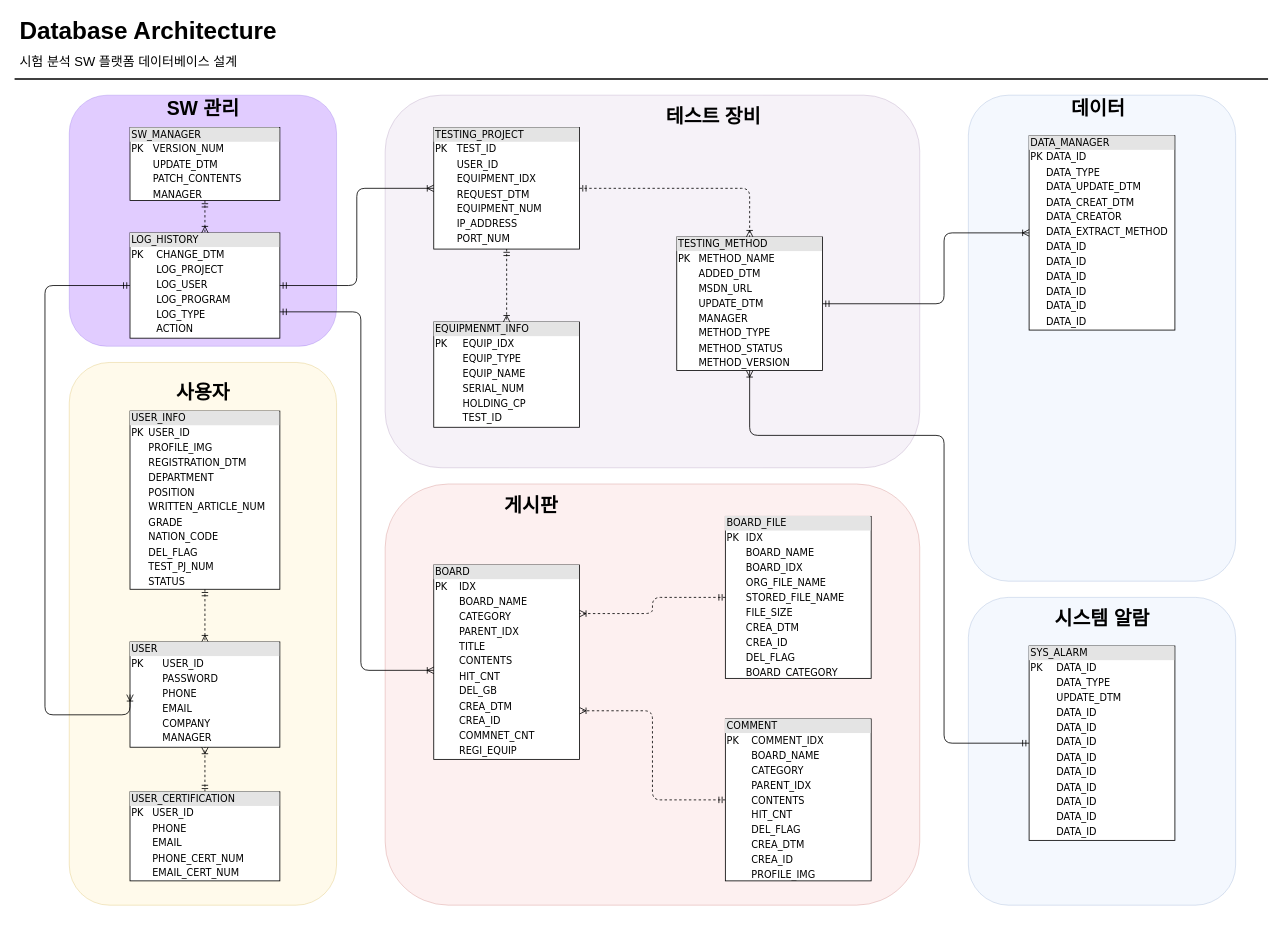
The draw.io diagram DB_architecture.drawio in penzance-jshan/test, before the edit. Source tidied: cells renumbered, new cells numbered last; positions are measured from the earlier drawing's top-left corner, leaving out a move shared by most shapes. Both pictures are drawn from the tidied source at 81%, with x=0, y=0 at pixel (14, 14).
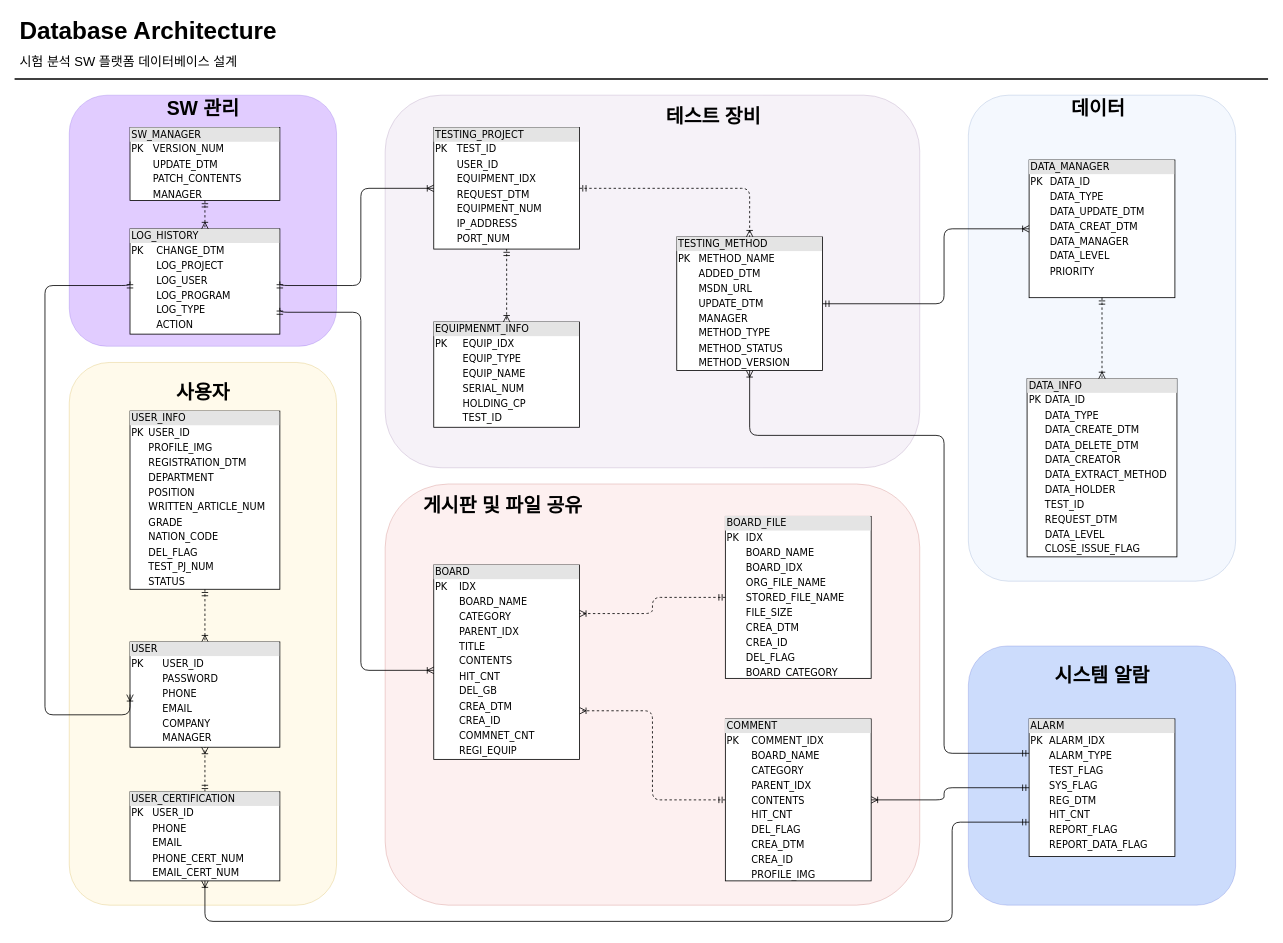
The same diagram, later.

Unchanged cells that the change refers to:
```xml
<mxCell id="5" value="&lt;div style=&quot;box-sizing: border-box ; width: 100% ; background: #e4e4e4 ; padding: 2px&quot;&gt;TESTING_PROJECT&lt;/div&gt;&lt;table style=&quot;width: 100% ; font-size: 1em&quot; cellpadding=&quot;2&quot; cellspacing=&quot;0&quot;&gt;&lt;tbody&gt;&lt;tr&gt;&lt;td&gt;PK&lt;/td&gt;&lt;td&gt;TEST_ID&lt;/td&gt;&lt;/tr&gt;&lt;tr&gt;&lt;td&gt;&lt;br&gt;&lt;/td&gt;&lt;td&gt;USER_ID&lt;/td&gt;&lt;/tr&gt;&lt;tr&gt;&lt;td&gt;&lt;br&gt;&lt;/td&gt;&lt;td&gt;EQUIPMENT_IDX&lt;/td&gt;&lt;/tr&gt;&lt;tr&gt;&lt;td&gt;&lt;br&gt;&lt;/td&gt;&lt;td&gt;REQUEST_DTM&lt;br&gt;&lt;/td&gt;&lt;/tr&gt;&lt;tr&gt;&lt;td&gt;&lt;/td&gt;&lt;td&gt;EQUIPMENT_NUM&lt;br&gt;&lt;/td&gt;&lt;/tr&gt;&lt;tr&gt;&lt;td&gt;&lt;br&gt;&lt;/td&gt;&lt;td&gt;IP_ADDRESS&lt;br&gt;&lt;/td&gt;&lt;/tr&gt;&lt;tr&gt;&lt;td&gt;&lt;br&gt;&lt;/td&gt;&lt;td&gt;PORT_NUM&lt;br&gt;&lt;/td&gt;&lt;/tr&gt;&lt;/tbody&gt;&lt;/table&gt;" style="verticalAlign=top;align=left;overflow=fill;html=1;rounded=0;shadow=0;comic=0;labelBackgroundColor=none;strokeWidth=1;fontFamily=Verdana;fontSize=12;" parent="1" vertex="1">
  <mxGeometry x="518" y="140" width="180" height="150" as="geometry" />
</mxCell>
<mxCell id="9" value="&lt;div style=&quot;box-sizing: border-box ; width: 100% ; background: #e4e4e4 ; padding: 2px&quot;&gt;TESTING_METHOD&lt;/div&gt;&lt;table style=&quot;width: 100% ; font-size: 1em&quot; cellpadding=&quot;2&quot; cellspacing=&quot;0&quot;&gt;&lt;tbody&gt;&lt;tr&gt;&lt;td&gt;PK&lt;/td&gt;&lt;td&gt;METHOD_NAME&lt;/td&gt;&lt;/tr&gt;&lt;tr&gt;&lt;td&gt;&lt;/td&gt;&lt;td&gt;ADDED_DTM&lt;/td&gt;&lt;/tr&gt;&lt;tr&gt;&lt;td&gt;&lt;/td&gt;&lt;td&gt;MSDN_URL&lt;/td&gt;&lt;/tr&gt;&lt;tr&gt;&lt;td&gt;&lt;br&gt;&lt;/td&gt;&lt;td&gt;UPDATE_DTM&lt;br&gt;&lt;/td&gt;&lt;/tr&gt;&lt;tr&gt;&lt;td&gt;&lt;br&gt;&lt;/td&gt;&lt;td&gt;MANAGER&lt;/td&gt;&lt;/tr&gt;&lt;tr&gt;&lt;td&gt;&lt;br&gt;&lt;/td&gt;&lt;td&gt;METHOD_TYPE&lt;/td&gt;&lt;/tr&gt;&lt;tr&gt;&lt;td&gt;&lt;br&gt;&lt;/td&gt;&lt;td&gt;METHOD_STATUS&lt;/td&gt;&lt;/tr&gt;&lt;tr&gt;&lt;td&gt;&lt;br&gt;&lt;/td&gt;&lt;td&gt;METHOD_VERSION&lt;/td&gt;&lt;/tr&gt;&lt;/tbody&gt;&lt;/table&gt;" style="verticalAlign=top;align=left;overflow=fill;html=1;rounded=0;shadow=0;comic=0;labelBackgroundColor=none;strokeWidth=1;fontFamily=Verdana;fontSize=12;" parent="1" vertex="1">
  <mxGeometry x="818" y="275" width="180" height="165" as="geometry" />
</mxCell>
<mxCell id="18" value="&lt;div style=&quot;box-sizing: border-box ; width: 100% ; background: #e4e4e4 ; padding: 2px&quot;&gt;COMMENT&lt;/div&gt;&lt;table style=&quot;width: 100% ; font-size: 1em&quot; cellpadding=&quot;2&quot; cellspacing=&quot;0&quot;&gt;&lt;tbody&gt;&lt;tr&gt;&lt;td&gt;PK&lt;/td&gt;&lt;td&gt;COMMENT_IDX&lt;/td&gt;&lt;/tr&gt;&lt;tr&gt;&lt;td&gt;&lt;/td&gt;&lt;td&gt;BOARD_NAME&lt;/td&gt;&lt;/tr&gt;&lt;tr&gt;&lt;td&gt;&lt;br&gt;&lt;/td&gt;&lt;td&gt;CATEGORY&lt;/td&gt;&lt;/tr&gt;&lt;tr&gt;&lt;td&gt;&lt;br&gt;&lt;/td&gt;&lt;td&gt;PARENT_IDX&lt;br&gt;&lt;/td&gt;&lt;/tr&gt;&lt;tr&gt;&lt;td&gt;&lt;br&gt;&lt;/td&gt;&lt;td&gt;CONTENTS&lt;/td&gt;&lt;/tr&gt;&lt;tr&gt;&lt;td&gt;&lt;br&gt;&lt;/td&gt;&lt;td&gt;HIT_CNT&lt;br&gt;&lt;/td&gt;&lt;/tr&gt;&lt;tr&gt;&lt;td&gt;&lt;br&gt;&lt;/td&gt;&lt;td&gt;DEL_FLAG&lt;/td&gt;&lt;/tr&gt;&lt;tr&gt;&lt;td&gt;&lt;br&gt;&lt;/td&gt;&lt;td&gt;CREA_DTM&lt;/td&gt;&lt;/tr&gt;&lt;tr&gt;&lt;td&gt;&lt;br&gt;&lt;/td&gt;&lt;td&gt;CREA_ID&lt;br&gt;&lt;/td&gt;&lt;/tr&gt;&lt;tr&gt;&lt;td&gt;&lt;br&gt;&lt;/td&gt;&lt;td&gt;PROFILE_IMG&lt;/td&gt;&lt;/tr&gt;&lt;/tbody&gt;&lt;/table&gt;" style="verticalAlign=top;align=left;overflow=fill;html=1;rounded=0;shadow=0;comic=0;labelBackgroundColor=none;strokeWidth=1;fontFamily=Verdana;fontSize=12;" parent="1" vertex="1">
  <mxGeometry x="878" y="870" width="180" height="200" as="geometry" />
</mxCell>
<mxCell id="20" value="&lt;div style=&quot;box-sizing: border-box ; width: 100% ; background: #e4e4e4 ; padding: 2px&quot;&gt;USER_CERTIFICATION&lt;/div&gt;&lt;table style=&quot;width: 100% ; font-size: 1em&quot; cellpadding=&quot;2&quot; cellspacing=&quot;0&quot;&gt;&lt;tbody&gt;&lt;tr&gt;&lt;td&gt;PK&lt;/td&gt;&lt;td&gt;USER_ID&lt;/td&gt;&lt;/tr&gt;&lt;tr&gt;&lt;td&gt;&lt;br&gt;&lt;/td&gt;&lt;td&gt;PHONE&lt;/td&gt;&lt;/tr&gt;&lt;tr&gt;&lt;td&gt;&lt;br&gt;&lt;/td&gt;&lt;td&gt;EMAIL&lt;/td&gt;&lt;/tr&gt;&lt;tr&gt;&lt;td&gt;&lt;br&gt;&lt;/td&gt;&lt;td&gt;PHONE_CERT_NUM&lt;br&gt;&lt;/td&gt;&lt;/tr&gt;&lt;tr&gt;&lt;td&gt;&lt;br&gt;&lt;/td&gt;&lt;td&gt;EMAIL_CERT_NUM&lt;br&gt;&lt;/td&gt;&lt;/tr&gt;&lt;tr&gt;&lt;td&gt;&lt;/td&gt;&lt;td&gt;&lt;/td&gt;&lt;/tr&gt;&lt;/tbody&gt;&lt;/table&gt;" style="verticalAlign=top;align=left;overflow=fill;html=1;rounded=0;shadow=0;comic=0;labelBackgroundColor=none;strokeWidth=1;fontFamily=Verdana;fontSize=12;" parent="1" vertex="1">
  <mxGeometry x="143" y="960" width="185" height="110" as="geometry" />
</mxCell>
```

The edit, as a diff of the source:
```diff
@@
-    <mxCell id="23" value="게시판" style="text;html=1;align=center;verticalAlign=top;spacingTop=-4;fontSize=24;fontStyle=1;" parent="1" vertex="1">
-      <mxGeometry x="593" y="590" width="90" height="30" as="geometry" />
+    <mxCell id="23" value="게시판 및 파일 공유" style="text;html=1;align=center;verticalAlign=top;spacingTop=-4;fontSize=24;fontStyle=1;" parent="1" vertex="1">
+      <mxGeometry x="488" y="590" width="230" height="30" as="geometry" />
     </mxCell>
@@
-    <mxCell id="26" value="&lt;div style=&quot;box-sizing: border-box ; width: 100% ; background: #e4e4e4 ; padding: 2px&quot;&gt;DATA_MANAGER&lt;/div&gt;&lt;table style=&quot;width: 100% ; font-size: 1em&quot; cellpadding=&quot;2&quot; cellspacing=&quot;0&quot;&gt;&lt;tbody&gt;&lt;tr&gt;&lt;td&gt;PK&lt;/td&gt;&lt;td&gt;DATA_ID&lt;/td&gt;&lt;td&gt;&lt;br&gt;&lt;/td&gt;&lt;/tr&gt;&lt;tr&gt;&lt;td&gt;&lt;br&gt;&lt;/td&gt;&lt;td&gt;DATA_TYPE&lt;br&gt;&lt;/td&gt;&lt;td&gt;&lt;br&gt;&lt;/td&gt;&lt;/tr&gt;&lt;tr&gt;&lt;td&gt;&lt;br&gt;&lt;/td&gt;&lt;td&gt;DATA_UPDATE_DTM&lt;/td&gt;&lt;td&gt;&lt;br&gt;&lt;/td&gt;&lt;/tr&gt;&lt;tr&gt;&lt;td&gt;&lt;br&gt;&lt;/td&gt;&lt;td&gt;DATA_CREAT_DTM&lt;br&gt;&lt;/td&gt;&lt;td&gt;&lt;br&gt;&lt;/td&gt;&lt;/tr&gt;&lt;tr&gt;&lt;td&gt;&lt;br&gt;&lt;/td&gt;&lt;td&gt;DATA_CREATOR&lt;br&gt;&lt;/td&gt;&lt;td&gt;&lt;br&gt;&lt;/td&gt;&lt;/tr&gt;&lt;tr&gt;&lt;td&gt;&lt;br&gt;&lt;/td&gt;&lt;td&gt;DATA_EXTRACT_METHOD&lt;br&gt;&lt;/td&gt;&lt;td&gt;&lt;br&gt;&lt;/td&gt;&lt;/tr&gt;&lt;tr&gt;&lt;td&gt;&lt;br&gt;&lt;/td&gt;&lt;td&gt;DATA_ID&lt;br&gt;&lt;/td&gt;&lt;td&gt;&lt;br&gt;&lt;/td&gt;&lt;/tr&gt;&lt;tr&gt;&lt;td&gt;&lt;br&gt;&lt;/td&gt;&lt;td&gt;DATA_ID&lt;br&gt;&lt;/td&gt;&lt;td&gt;&lt;br&gt;&lt;/td&gt;&lt;/tr&gt;&lt;tr&gt;&lt;td&gt;&lt;br&gt;&lt;/td&gt;&lt;td&gt;DATA_ID&lt;br&gt;&lt;/td&gt;&lt;td&gt;&lt;br&gt;&lt;/td&gt;&lt;/tr&gt;&lt;tr&gt;&lt;td&gt;&lt;br&gt;&lt;/td&gt;&lt;td&gt;DATA_ID&lt;br&gt;&lt;/td&gt;&lt;td&gt;&lt;br&gt;&lt;/td&gt;&lt;/tr&gt;&lt;tr&gt;&lt;td&gt;&lt;br&gt;&lt;/td&gt;&lt;td&gt;DATA_ID&lt;br&gt;&lt;/td&gt;&lt;td&gt;&lt;br&gt;&lt;/td&gt;&lt;/tr&gt;&lt;tr&gt;&lt;td&gt;&lt;br&gt;&lt;/td&gt;&lt;td&gt;DATA_ID&lt;br&gt;&lt;/td&gt;&lt;td&gt;&lt;br&gt;&lt;/td&gt;&lt;/tr&gt;&lt;/tbody&gt;&lt;/table&gt;" style="verticalAlign=top;align=left;overflow=fill;html=1;rounded=0;shadow=0;comic=0;labelBackgroundColor=none;strokeWidth=1;fontFamily=Verdana;fontSize=12;" parent="1" vertex="1">
-      <mxGeometry x="1253" y="150" width="180" height="240" as="geometry" />
+    <mxCell id="26" value="&lt;div style=&quot;box-sizing: border-box ; width: 100% ; background: #e4e4e4 ; padding: 2px&quot;&gt;DATA_MANAGER&lt;/div&gt;&lt;table style=&quot;width: 100% ; font-size: 1em&quot; cellpadding=&quot;2&quot; cellspacing=&quot;0&quot;&gt;&lt;tbody&gt;&lt;tr&gt;&lt;td&gt;PK&lt;/td&gt;&lt;td&gt;DATA_ID&lt;/td&gt;&lt;td&gt;&lt;br&gt;&lt;/td&gt;&lt;/tr&gt;&lt;tr&gt;&lt;td&gt;&lt;br&gt;&lt;/td&gt;&lt;td&gt;DATA_TYPE&lt;br&gt;&lt;/td&gt;&lt;td&gt;&lt;br&gt;&lt;/td&gt;&lt;/tr&gt;&lt;tr&gt;&lt;td&gt;&lt;br&gt;&lt;/td&gt;&lt;td&gt;DATA_UPDATE_DTM&lt;/td&gt;&lt;td&gt;&lt;br&gt;&lt;/td&gt;&lt;/tr&gt;&lt;tr&gt;&lt;td&gt;&lt;br&gt;&lt;/td&gt;&lt;td&gt;DATA_CREAT_DTM&lt;br&gt;&lt;/td&gt;&lt;td&gt;&lt;br&gt;&lt;/td&gt;&lt;/tr&gt;&lt;tr&gt;&lt;td&gt;&lt;br&gt;&lt;/td&gt;&lt;td&gt;DATA_MANAGER&lt;br&gt;&lt;/td&gt;&lt;td&gt;&lt;br&gt;&lt;/td&gt;&lt;/tr&gt;&lt;tr&gt;&lt;td&gt;&lt;br&gt;&lt;/td&gt;&lt;td&gt;DATA_LEVEL&lt;/td&gt;&lt;td&gt;&lt;/td&gt;&lt;/tr&gt;&lt;tr&gt;&lt;td&gt;&lt;br&gt;&lt;/td&gt;&lt;td&gt;PRIORITY&lt;/td&gt;&lt;td&gt;&lt;br&gt;&lt;/td&gt;&lt;/tr&gt;&lt;/tbody&gt;&lt;/table&gt;" style="verticalAlign=top;align=left;overflow=fill;html=1;rounded=0;shadow=0;comic=0;labelBackgroundColor=none;strokeWidth=1;fontFamily=Verdana;fontSize=12;" parent="1" vertex="1">
+      <mxGeometry x="1253" y="180" width="180" height="170" as="geometry" />
     </mxCell>
@@
-    <mxCell id="28" style="rounded=1;whiteSpace=wrap;html=1;fillColor=#dae8fc;strokeColor=#6c8ebf;opacity=30;" parent="1" vertex="1">
-      <mxGeometry x="1178" y="720" width="330" height="380" as="geometry" />
+    <mxCell id="28" style="rounded=1;whiteSpace=wrap;html=1;fillColor=#0050ef;strokeColor=#001DBC;opacity=20;fontColor=#ffffff;" parent="1" vertex="1">
+      <mxGeometry x="1178" y="780" width="330" height="320" as="geometry" />
     </mxCell>
@@
     <mxCell id="31" value="&lt;div style=&quot;box-sizing: border-box ; width: 100% ; background: #e4e4e4 ; padding: 2px&quot;&gt;LOG_HISTORY&lt;/div&gt;&lt;table style=&quot;width: 100% ; font-size: 1em&quot; cellpadding=&quot;2&quot; cellspacing=&quot;0&quot;&gt;&lt;tbody&gt;&lt;tr&gt;&lt;td&gt;PK&lt;/td&gt;&lt;td&gt;CHANGE_DTM&lt;/td&gt;&lt;/tr&gt;&lt;tr&gt;&lt;td&gt;&lt;br&gt;&lt;/td&gt;&lt;td&gt;LOG_PROJECT&lt;/td&gt;&lt;/tr&gt;&lt;tr&gt;&lt;td&gt;&lt;br&gt;&lt;/td&gt;&lt;td&gt;LOG_USER&lt;/td&gt;&lt;/tr&gt;&lt;tr&gt;&lt;td&gt;&lt;br&gt;&lt;/td&gt;&lt;td&gt;LOG_PROGRAM&lt;/td&gt;&lt;/tr&gt;&lt;tr&gt;&lt;td&gt;&lt;br&gt;&lt;/td&gt;&lt;td&gt;LOG_TYPE&lt;/td&gt;&lt;/tr&gt;&lt;tr&gt;&lt;td&gt;&lt;br&gt;&lt;/td&gt;&lt;td&gt;ACTION&lt;/td&gt;&lt;/tr&gt;&lt;/tbody&gt;&lt;/table&gt;" style="verticalAlign=top;align=left;overflow=fill;html=1;rounded=0;shadow=0;comic=0;labelBackgroundColor=none;strokeWidth=1;fontFamily=Verdana;fontSize=12;" parent="1" vertex="1">
-      <mxGeometry x="143" y="270" width="185" height="130" as="geometry" />
+      <mxGeometry x="143" y="265" width="185" height="130" as="geometry" />
     </mxCell>
@@
     <mxCell id="33" style="edgeStyle=orthogonalEdgeStyle;html=1;entryX=0;entryY=0.5;labelBackgroundColor=none;startArrow=ERmandOne;endArrow=ERoneToMany;fontFamily=Verdana;fontSize=12;align=left;exitX=1;exitY=0.5;exitDx=0;exitDy=0;entryDx=0;entryDy=0;" parent="1" edge="1" source="31" target="5">
-      <mxGeometry relative="1" as="geometry" />
+      <mxGeometry relative="1" as="geometry">
+        <Array as="points">
+          <mxPoint x="428" y="335" />
+          <mxPoint x="428" y="215" />
+        </Array>
+      </mxGeometry>
     </mxCell>
@@
-    <mxCell id="38" style="edgeStyle=orthogonalEdgeStyle;html=1;entryX=0;entryY=0.5;labelBackgroundColor=none;startArrow=ERmandOne;endArrow=ERoneToMany;fontFamily=Verdana;fontSize=12;align=left;exitX=1;exitY=0.5;exitDx=0;exitDy=0;entryDx=0;entryDy=0;" parent="1" edge="1" source="9" target="26">
+    <mxCell id="38" style="edgeStyle=orthogonalEdgeStyle;html=1;labelBackgroundColor=none;startArrow=ERmandOne;endArrow=ERoneToMany;fontFamily=Verdana;fontSize=12;align=left;exitX=1;exitY=0.5;exitDx=0;exitDy=0;" parent="1" edge="1" source="9">
       <mxGeometry relative="1" as="geometry">
+        <mxPoint x="1253" y="265" as="targetPoint" />
         <Array as="points">
           <mxPoint x="1148" y="358" />
-          <mxPoint x="1148" y="270" />
+          <mxPoint x="1148" y="265" />
         </Array>
       </mxGeometry>
     </mxCell>
     <mxCell id="39" value="시스템 알람" style="text;html=1;align=center;verticalAlign=top;spacingTop=-4;fontSize=24;fontStyle=1;" parent="1" vertex="1">
-      <mxGeometry x="1273" y="730" width="140" height="30" as="geometry" />
+      <mxGeometry x="1273" y="800" width="140" height="30" as="geometry" />
     </mxCell>
-    <mxCell id="40" value="&lt;div style=&quot;box-sizing: border-box ; width: 100% ; background: #e4e4e4 ; padding: 2px&quot;&gt;SYS_ALARM&lt;/div&gt;&lt;table style=&quot;width: 100% ; font-size: 1em&quot; cellpadding=&quot;2&quot; cellspacing=&quot;0&quot;&gt;&lt;tbody&gt;&lt;tr&gt;&lt;td&gt;PK&lt;/td&gt;&lt;td&gt;DATA_ID&lt;/td&gt;&lt;td&gt;&lt;br&gt;&lt;/td&gt;&lt;/tr&gt;&lt;tr&gt;&lt;td&gt;&lt;br&gt;&lt;/td&gt;&lt;td&gt;DATA_TYPE&lt;br&gt;&lt;/td&gt;&lt;td&gt;&lt;br&gt;&lt;/td&gt;&lt;/tr&gt;&lt;tr&gt;&lt;td&gt;&lt;br&gt;&lt;/td&gt;&lt;td&gt;UPDATE_DTM&lt;/td&gt;&lt;td&gt;&lt;br&gt;&lt;/td&gt;&lt;/tr&gt;&lt;tr&gt;&lt;td&gt;&lt;br&gt;&lt;/td&gt;&lt;td&gt;DATA_ID&lt;br&gt;&lt;/td&gt;&lt;td&gt;&lt;br&gt;&lt;/td&gt;&lt;/tr&gt;&lt;tr&gt;&lt;td&gt;&lt;br&gt;&lt;/td&gt;&lt;td&gt;DATA_ID&lt;br&gt;&lt;/td&gt;&lt;td&gt;&lt;br&gt;&lt;/td&gt;&lt;/tr&gt;&lt;tr&gt;&lt;td&gt;&lt;br&gt;&lt;/td&gt;&lt;td&gt;DATA_ID&lt;br&gt;&lt;/td&gt;&lt;td&gt;&lt;br&gt;&lt;/td&gt;&lt;/tr&gt;&lt;tr&gt;&lt;td&gt;&lt;br&gt;&lt;/td&gt;&lt;td&gt;DATA_ID&lt;br&gt;&lt;/td&gt;&lt;td&gt;&lt;br&gt;&lt;/td&gt;&lt;/tr&gt;&lt;tr&gt;&lt;td&gt;&lt;br&gt;&lt;/td&gt;&lt;td&gt;DATA_ID&lt;br&gt;&lt;/td&gt;&lt;td&gt;&lt;br&gt;&lt;/td&gt;&lt;/tr&gt;&lt;tr&gt;&lt;td&gt;&lt;br&gt;&lt;/td&gt;&lt;td&gt;DATA_ID&lt;br&gt;&lt;/td&gt;&lt;td&gt;&lt;br&gt;&lt;/td&gt;&lt;/tr&gt;&lt;tr&gt;&lt;td&gt;&lt;br&gt;&lt;/td&gt;&lt;td&gt;DATA_ID&lt;br&gt;&lt;/td&gt;&lt;td&gt;&lt;br&gt;&lt;/td&gt;&lt;/tr&gt;&lt;tr&gt;&lt;td&gt;&lt;br&gt;&lt;/td&gt;&lt;td&gt;DATA_ID&lt;br&gt;&lt;/td&gt;&lt;td&gt;&lt;br&gt;&lt;/td&gt;&lt;/tr&gt;&lt;tr&gt;&lt;td&gt;&lt;br&gt;&lt;/td&gt;&lt;td&gt;DATA_ID&lt;br&gt;&lt;/td&gt;&lt;td&gt;&lt;br&gt;&lt;/td&gt;&lt;/tr&gt;&lt;/tbody&gt;&lt;/table&gt;" style="verticalAlign=top;align=left;overflow=fill;html=1;rounded=0;shadow=0;comic=0;labelBackgroundColor=none;strokeWidth=1;fontFamily=Verdana;fontSize=12;" parent="1" vertex="1">
-      <mxGeometry x="1253" y="780" width="180" height="240" as="geometry" />
+    <mxCell id="40" value="&lt;div style=&quot;box-sizing: border-box ; width: 100% ; background: #e4e4e4 ; padding: 2px&quot;&gt;ALARM&lt;/div&gt;&lt;table style=&quot;width: 100% ; font-size: 1em&quot; cellpadding=&quot;2&quot; cellspacing=&quot;0&quot;&gt;&lt;tbody&gt;&lt;tr&gt;&lt;td&gt;PK&lt;/td&gt;&lt;td&gt;ALARM_IDX&lt;/td&gt;&lt;td&gt;&lt;br&gt;&lt;/td&gt;&lt;/tr&gt;&lt;tr&gt;&lt;td&gt;&lt;br&gt;&lt;/td&gt;&lt;td&gt;ALARM_TYPE&lt;br&gt;&lt;/td&gt;&lt;td&gt;&lt;br&gt;&lt;/td&gt;&lt;/tr&gt;&lt;tr&gt;&lt;td&gt;&lt;br&gt;&lt;/td&gt;&lt;td&gt;TEST_FLAG&lt;/td&gt;&lt;td&gt;&lt;br&gt;&lt;/td&gt;&lt;/tr&gt;&lt;tr&gt;&lt;td&gt;&lt;br&gt;&lt;/td&gt;&lt;td&gt;SYS_FLAG&lt;br&gt;&lt;/td&gt;&lt;td&gt;&lt;br&gt;&lt;/td&gt;&lt;/tr&gt;&lt;tr&gt;&lt;td&gt;&lt;br&gt;&lt;/td&gt;&lt;td&gt;REG_DTM&lt;br&gt;&lt;/td&gt;&lt;td&gt;&lt;br&gt;&lt;/td&gt;&lt;/tr&gt;&lt;tr&gt;&lt;td&gt;&lt;br&gt;&lt;/td&gt;&lt;td&gt;HIT_CNT&lt;br&gt;&lt;/td&gt;&lt;td&gt;&lt;br&gt;&lt;/td&gt;&lt;/tr&gt;&lt;tr&gt;&lt;td&gt;&lt;br&gt;&lt;/td&gt;&lt;td&gt;REPORT_FLAG&lt;br&gt;&lt;/td&gt;&lt;td&gt;&lt;br&gt;&lt;/td&gt;&lt;/tr&gt;&lt;tr&gt;&lt;td&gt;&lt;br&gt;&lt;/td&gt;&lt;td&gt;REPORT_DATA_FLAG&lt;br&gt;&lt;/td&gt;&lt;td&gt;&lt;br&gt;&lt;/td&gt;&lt;/tr&gt;&lt;/tbody&gt;&lt;/table&gt;" style="verticalAlign=top;align=left;overflow=fill;html=1;rounded=0;shadow=0;comic=0;labelBackgroundColor=none;strokeWidth=1;fontFamily=Verdana;fontSize=12;" parent="1" vertex="1">
+      <mxGeometry x="1253" y="870" width="180" height="170" as="geometry" />
     </mxCell>
-    <mxCell id="41" style="edgeStyle=orthogonalEdgeStyle;html=1;entryX=0.5;entryY=1;labelBackgroundColor=none;startArrow=ERmandOne;endArrow=ERoneToMany;fontFamily=Verdana;fontSize=12;align=left;exitX=0;exitY=0.5;exitDx=0;exitDy=0;entryDx=0;entryDy=0;" parent="1" edge="1" source="40" target="9">
+    <mxCell id="41" style="edgeStyle=orthogonalEdgeStyle;html=1;entryX=0.5;entryY=1;labelBackgroundColor=none;startArrow=ERmandOne;endArrow=ERoneToMany;fontFamily=Verdana;fontSize=12;align=left;exitX=0;exitY=0.25;exitDx=0;exitDy=0;entryDx=0;entryDy=0;" parent="1" edge="1" source="40" target="9">
       <mxGeometry relative="1" as="geometry">
         <Array as="points">
-          <mxPoint x="1148" y="900" />
+          <mxPoint x="1148" y="912" />
           <mxPoint x="1148" y="520" />
           <mxPoint x="908" y="520" />
         </Array>
       </mxGeometry>
     </mxCell>
+    <mxCell id="42" style="edgeStyle=orthogonalEdgeStyle;html=1;entryX=0.5;entryY=1;labelBackgroundColor=none;startArrow=ERmandOne;endArrow=ERoneToMany;fontFamily=Verdana;fontSize=12;align=left;exitX=0;exitY=0.75;exitDx=0;exitDy=0;entryDx=0;entryDy=0;" parent="1" edge="1" source="40" target="20">
+      <mxGeometry relative="1" as="geometry">
+        <Array as="points">
+          <mxPoint x="1158" y="998" />
+          <mxPoint x="1158" y="1120" />
+          <mxPoint x="235" y="1120" />
+        </Array>
+      </mxGeometry>
+    </mxCell>
+    <mxCell id="43" style="edgeStyle=orthogonalEdgeStyle;html=1;entryX=1;entryY=0.5;labelBackgroundColor=none;startArrow=ERmandOne;endArrow=ERoneToMany;fontFamily=Verdana;fontSize=12;align=left;exitX=0;exitY=0.5;exitDx=0;exitDy=0;entryDx=0;entryDy=0;" parent="1" edge="1" source="40" target="18">
+      <mxGeometry relative="1" as="geometry">
+        <Array as="points">
+          <mxPoint x="1148" y="955" />
+          <mxPoint x="1148" y="970" />
+        </Array>
+      </mxGeometry>
+    </mxCell>
+    <mxCell id="44" value="&lt;div style=&quot;box-sizing: border-box ; width: 100% ; background: #e4e4e4 ; padding: 2px&quot;&gt;DATA_INFO&lt;/div&gt;&lt;table style=&quot;width: 100% ; font-size: 1em&quot; cellpadding=&quot;2&quot; cellspacing=&quot;0&quot;&gt;&lt;tbody&gt;&lt;tr&gt;&lt;td&gt;PK&lt;/td&gt;&lt;td&gt;DATA_ID&lt;/td&gt;&lt;td&gt;&lt;br&gt;&lt;/td&gt;&lt;/tr&gt;&lt;tr&gt;&lt;td&gt;&lt;br&gt;&lt;/td&gt;&lt;td&gt;DATA_TYPE&lt;br&gt;&lt;/td&gt;&lt;td&gt;&lt;br&gt;&lt;/td&gt;&lt;/tr&gt;&lt;tr&gt;&lt;td&gt;&lt;br&gt;&lt;/td&gt;&lt;td&gt;DATA_CREATE_DTM&lt;/td&gt;&lt;td&gt;&lt;br&gt;&lt;/td&gt;&lt;/tr&gt;&lt;tr&gt;&lt;td&gt;&lt;br&gt;&lt;/td&gt;&lt;td&gt;DATA_DELETE_DTM&lt;br&gt;&lt;/td&gt;&lt;td&gt;&lt;br&gt;&lt;/td&gt;&lt;/tr&gt;&lt;tr&gt;&lt;td&gt;&lt;br&gt;&lt;/td&gt;&lt;td&gt;DATA_CREATOR&lt;br&gt;&lt;/td&gt;&lt;td&gt;&lt;br&gt;&lt;/td&gt;&lt;/tr&gt;&lt;tr&gt;&lt;td&gt;&lt;br&gt;&lt;/td&gt;&lt;td&gt;DATA_EXTRACT_METHOD&lt;br&gt;&lt;/td&gt;&lt;td&gt;&lt;br&gt;&lt;/td&gt;&lt;/tr&gt;&lt;tr&gt;&lt;td&gt;&lt;br&gt;&lt;/td&gt;&lt;td&gt;DATA_HOLDER&lt;br&gt;&lt;/td&gt;&lt;td&gt;&lt;br&gt;&lt;/td&gt;&lt;/tr&gt;&lt;tr&gt;&lt;td&gt;&lt;br&gt;&lt;/td&gt;&lt;td&gt;TEST_ID&lt;/td&gt;&lt;td&gt;&lt;br&gt;&lt;/td&gt;&lt;/tr&gt;&lt;tr&gt;&lt;td&gt;&lt;br&gt;&lt;/td&gt;&lt;td&gt;REQUEST_DTM&lt;/td&gt;&lt;td&gt;&lt;br&gt;&lt;/td&gt;&lt;/tr&gt;&lt;tr&gt;&lt;td&gt;&lt;br&gt;&lt;/td&gt;&lt;td&gt;DATA_LEVEL&lt;/td&gt;&lt;td&gt;&lt;/td&gt;&lt;/tr&gt;&lt;tr&gt;&lt;td&gt;&lt;br&gt;&lt;/td&gt;&lt;td&gt;CLOSE_ISSUE_FLAG&lt;/td&gt;&lt;td&gt;&lt;br&gt;&lt;/td&gt;&lt;/tr&gt;&lt;/tbody&gt;&lt;/table&gt;" style="verticalAlign=top;align=left;overflow=fill;html=1;rounded=0;shadow=0;comic=0;labelBackgroundColor=none;strokeWidth=1;fontFamily=Verdana;fontSize=12;" parent="1" vertex="1">
+      <mxGeometry x="1250.5" y="450" width="185" height="220" as="geometry" />
+    </mxCell>
+    <mxCell id="45" style="edgeStyle=orthogonalEdgeStyle;html=1;entryX=0.5;entryY=0;dashed=1;labelBackgroundColor=none;startArrow=ERmandOne;endArrow=ERoneToMany;fontFamily=Verdana;fontSize=12;align=left;exitX=0.5;exitY=1;exitDx=0;exitDy=0;entryDx=0;entryDy=0;" parent="1" edge="1" source="26" target="44">
+      <mxGeometry relative="1" as="geometry" />
+    </mxCell>
```
